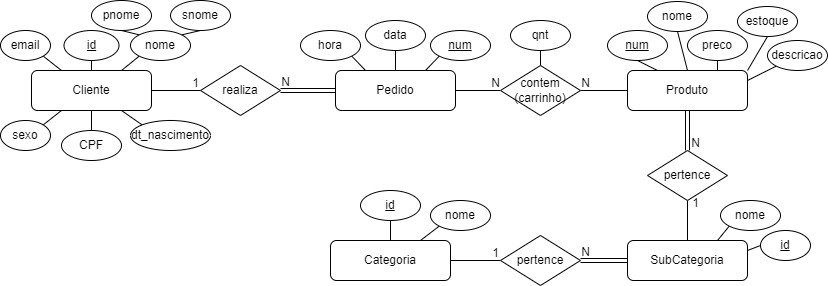
This is EntregaA/DER.png from gabryeleite/PetStation, a draw.io export, as it was before one commit. Source tidied: cells renumbered, new cells last; positions are measured from the earlier drawing's top-left corner, leaving out a move shared by most shapes.
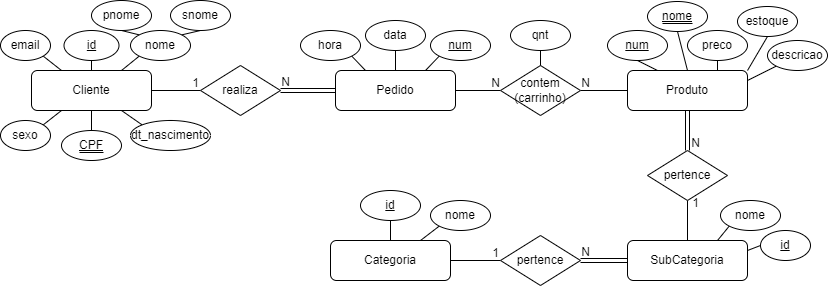
After the commit.

Commit message:
att DER

Diff of the diagram source:
```diff
@@ -17,7 +17,7 @@
     <mxCell id="6" style="rounded=0;jettySize=auto;html=1;exitX=0.5;exitY=1;exitDx=0;exitDy=0;exitPerimeter=0;entryX=0.5;entryY=0;entryDx=0;entryDy=0;endArrow=none;endFill=0;" parent="1" edge="1" source="7" target="3">
       <mxGeometry relative="1" as="geometry" />
     </mxCell>
-    <mxCell id="7" value="nome" style="strokeWidth=1;html=1;shape=mxgraph.flowchart.start_1;whiteSpace=wrap;" parent="1" vertex="1">
+    <mxCell id="7" value="&lt;u&gt;nome&lt;/u&gt;" style="strokeWidth=1;html=1;shape=mxgraph.flowchart.start_1;whiteSpace=wrap;" parent="1" vertex="1">
       <mxGeometry x="647" y="1" width="60" height="30" as="geometry" />
     </mxCell>
     <mxCell id="8" style="rounded=0;jettySize=auto;html=1;exitX=0.5;exitY=1;exitDx=0;exitDy=0;exitPerimeter=0;entryX=0.75;entryY=0;entryDx=0;entryDy=0;endArrow=none;endFill=0;" parent="1" edge="1" source="9" target="3">
@@ -59,7 +59,7 @@
     <mxCell id="20" style="rounded=0;jettySize=auto;html=1;exitX=0.5;exitY=0;exitDx=0;exitDy=0;exitPerimeter=0;entryX=0.5;entryY=1;entryDx=0;entryDy=0;endArrow=none;endFill=0;" parent="1" edge="1" source="21" target="15">
       <mxGeometry relative="1" as="geometry" />
     </mxCell>
-    <mxCell id="21" value="CPF" style="strokeWidth=1;html=1;shape=mxgraph.flowchart.start_1;whiteSpace=wrap;" parent="1" vertex="1">
+    <mxCell id="21" value="&lt;u&gt;CPF&lt;/u&gt;" style="strokeWidth=1;html=1;shape=mxgraph.flowchart.start_1;whiteSpace=wrap;" parent="1" vertex="1">
       <mxGeometry x="61" y="130" width="60" height="30" as="geometry" />
     </mxCell>
     <mxCell id="22" style="rounded=0;jettySize=auto;html=1;exitX=0.855;exitY=0.855;exitDx=0;exitDy=0;exitPerimeter=0;entryX=0.25;entryY=0;entryDx=0;entryDy=0;endArrow=none;endFill=0;" parent="1" edge="1" source="23" target="15">
@@ -203,5 +203,17 @@
     <mxCell id="68" value="hora" style="strokeWidth=1;html=1;shape=mxgraph.flowchart.start_1;whiteSpace=wrap;" parent="1" vertex="1">
       <mxGeometry x="300" y="30" width="60" height="30" as="geometry" />
     </mxCell>
+    <mxCell id="69" style="endArrow=none;html=1;rounded=0;" parent="1" edge="1">
+      <mxGeometry relative="1" as="geometry">
+        <mxPoint x="662" y="23" as="sourcePoint" />
+        <mxPoint x="692" y="23" as="targetPoint" />
+      </mxGeometry>
+    </mxCell>
+    <mxCell id="70" style="endArrow=none;html=1;rounded=0;" parent="1" edge="1">
+      <mxGeometry relative="1" as="geometry">
+        <mxPoint x="79" y="152" as="sourcePoint" />
+        <mxPoint x="103" y="152" as="targetPoint" />
+      </mxGeometry>
+    </mxCell>
   </root>
 </mxGraphModel>
```
